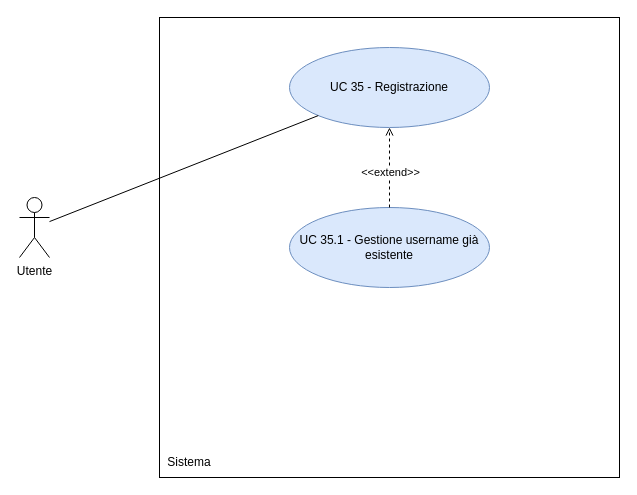
This is RTB/doc_esterna/analisi-dei-requisiti/assets/draw.io/UC35.drawio from thebitless-group-swe/thebitless.github.io, a draw.io file, before an edit. Source tidied: cells renumbered, new cells numbered last; positions are measured from the earlier drawing's top-left corner, leaving out a move shared by most shapes. Both pictures are drawn from the tidied source at 100%, with x=0, y=0 at pixel (19, 17).
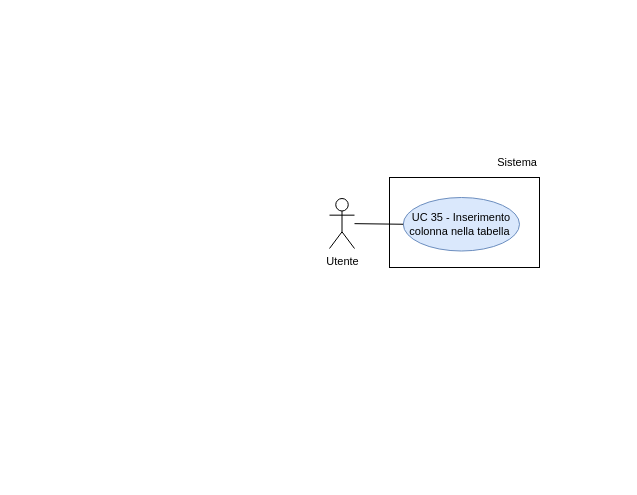
The same diagram, later.

Change to the diagram source:
```diff
@@
 <mxGraphModel>
   <root>
     <mxCell id="0" />
     <mxCell id="1" parent="0" />
-    <mxCell id="2" value="Utente" style="shape=umlActor;verticalLabelPosition=bottom;verticalAlign=top;html=1;outlineConnect=0;" parent="1" vertex="1">
-      <mxGeometry y="180" width="30" height="60" as="geometry" />
+    <mxCell id="2" value="Utente" style="shape=umlActor;verticalLabelPosition=bottom;verticalAlign=top;html=1;outlineConnect=0;fontSize=11;" parent="1" vertex="1">
+      <mxGeometry x="310" y="181" width="25" height="50" as="geometry" />
     </mxCell>
-    <mxCell id="3" style="whiteSpace=wrap;html=1;" parent="1" vertex="1">
-      <mxGeometry x="140" width="460" height="460" as="geometry" />
-    </mxCell>
+    <mxCell id="10" style="rounded=0;whiteSpace=wrap;html=1;strokeWidth=1;" parent="1" vertex="1">
+      <mxGeometry x="370" y="160" width="150" height="90" as="geometry" />
+    </mxCell>
-    <mxCell id="4" value="Sistema" style="text;html=1;whiteSpace=wrap;strokeColor=none;fillColor=none;align=center;verticalAlign=middle;rounded=0;" parent="1" vertex="1">
-      <mxGeometry x="140" y="430" width="60" height="30" as="geometry" />
+    <mxCell id="4" value="Sistema" style="text;html=1;whiteSpace=wrap;strokeColor=none;fillColor=none;align=right;verticalAlign=middle;fontSize=11;" parent="1" vertex="1">
+      <mxGeometry x="460" y="130" width="60" height="30" as="geometry" />
     </mxCell>
-    <mxCell id="5" value="UC 35 - Registrazione" style="ellipse;whiteSpace=wrap;html=1;fillColor=#dae8fc;strokeColor=#6c8ebf;" parent="1" vertex="1">
-      <mxGeometry x="270" y="30" width="200" height="80" as="geometry" />
-    </mxCell>
-    <mxCell id="6" style="edgeStyle=none;rounded=0;jettySize=auto;html=1;endArrow=none;endFill=0;" parent="1" edge="1" source="2" target="5">
-      <mxGeometry relative="1" as="geometry" />
-    </mxCell>
-    <mxCell id="7" value="UC 35.1 - Gestione username già esistente" style="ellipse;whiteSpace=wrap;html=1;fillColor=#dae8fc;strokeColor=#6c8ebf;" parent="1" vertex="1">
-      <mxGeometry x="270" y="190" width="200" height="80" as="geometry" />
-    </mxCell>
-    <mxCell id="8" style="edgeStyle=none;rounded=0;jettySize=auto;html=1;endArrow=open;endFill=0;dashed=1;" parent="1" edge="1" source="7" target="5">
-      <mxGeometry relative="1" as="geometry" />
-    </mxCell>
-    <mxCell id="9" value="&amp;lt;&amp;lt;extend&amp;gt;&amp;gt;" style="edgeLabel;html=1;align=center;verticalAlign=middle;" parent="8" vertex="1">
-      <mxGeometry x="-0.1" relative="1" as="geometry" />
-    </mxCell>
+    <mxCell id="11" value="UC 35 - Inserimento colonna nella tabella&amp;nbsp;" style="ellipse;whiteSpace=wrap;html=1;fillColor=#dae8fc;strokeColor=#6c8ebf;fontSize=11;spacingBottom=0;spacingLeft=0;" parent="1" vertex="1">
+      <mxGeometry x="383.8" y="180" width="116.2" height="53.5" as="geometry" />
+    </mxCell>
+    <mxCell id="12" style="edgeStyle=none;rounded=0;jettySize=auto;html=1;endArrow=none;endFill=0;" parent="1" edge="1" source="2" target="11">
+      <mxGeometry relative="1" as="geometry" />
+    </mxCell>
+    <mxCell id="13" style="edgeStyle=orthogonalEdgeStyle;rounded=0;orthogonalLoop=1;jettySize=auto;html=1;exitX=0.5;exitY=1;exitDx=0;exitDy=0;" parent="1" edge="1" source="4" target="4">
+      <mxGeometry relative="1" as="geometry" />
+    </mxCell>
   </root>
 </mxGraphModel>
```
